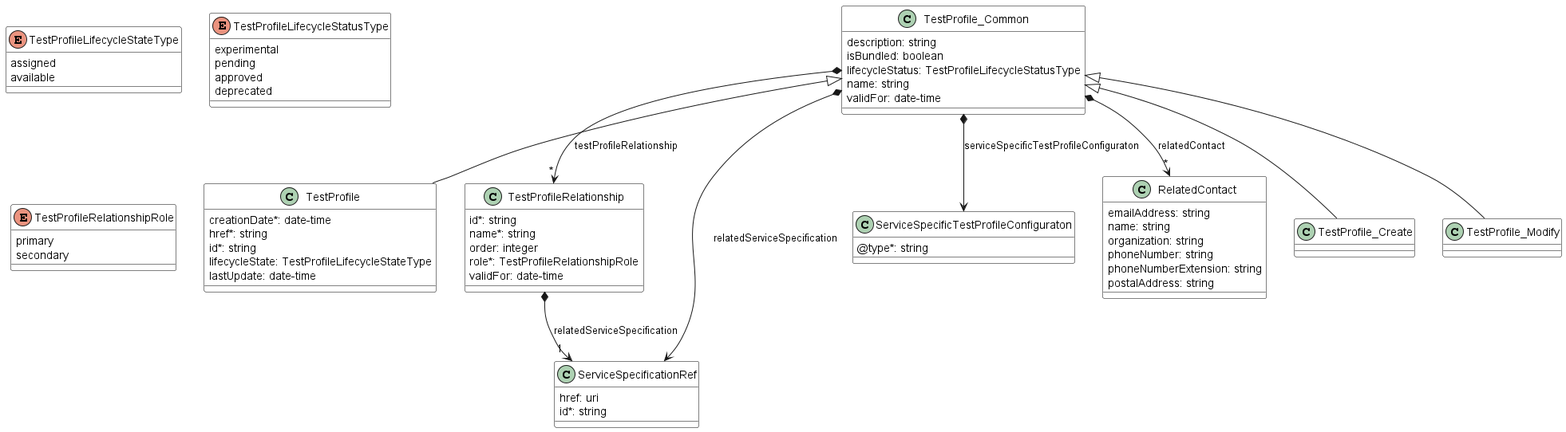
This is documentation/serviceApi/sft/serviceTest/media/tpDataModel.png from MEF-GIT/MEF-LSO-Legato-SDK, a PlantUML export, as it was before one commit.
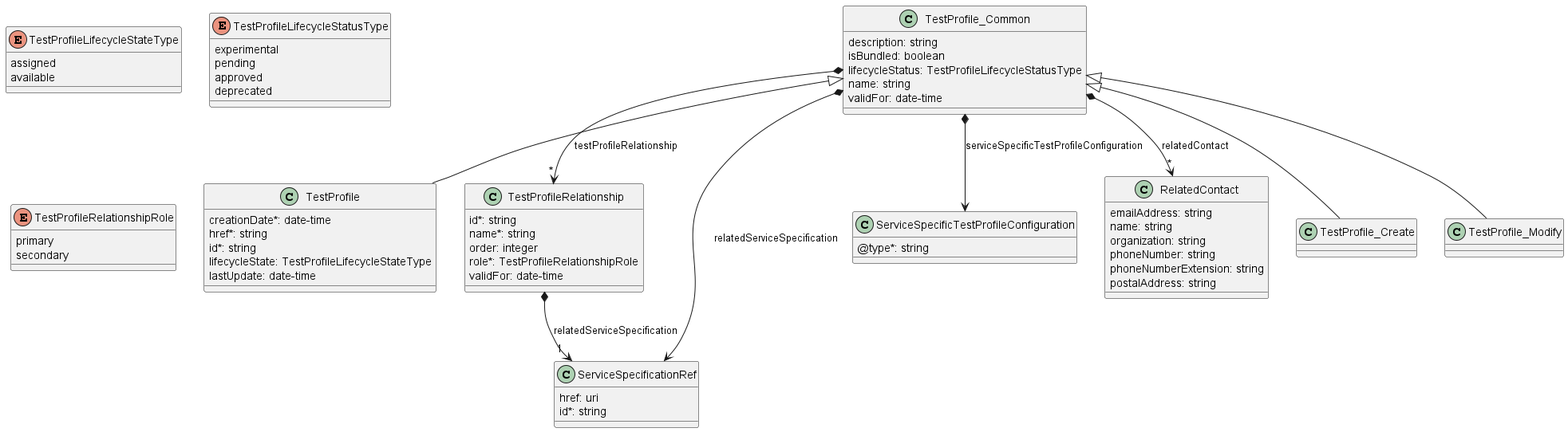
Later version of the same file.

The edit, as a diff of the source:
```diff
@@ -1,8 +1,5 @@
 @startuml tpDataModel
-skinparam {
-    ClassBackgroundColor White
-    ClassBorderColor Black
-}
+
 
 class TestProfile {
     creationDate*: date-time
@@ -58,11 +55,11 @@
 }
 
 TestProfile_Common *-->"*" TestProfileRelationship : testProfileRelationship
-TestProfile_Common *--> ServiceSpecificTestProfileConfiguraton : serviceSpecificTestProfileConfiguraton
+TestProfile_Common *--> ServiceSpecificTestProfileConfiguration : serviceSpecificTestProfileConfiguration
 TestProfile_Common *--> ServiceSpecificationRef : relatedServiceSpecification
 TestProfile_Common *-->"*" RelatedContact : relatedContact
 
-class ServiceSpecificTestProfileConfiguraton {
+class ServiceSpecificTestProfileConfiguration {
 
     @type*: string
 }
```
